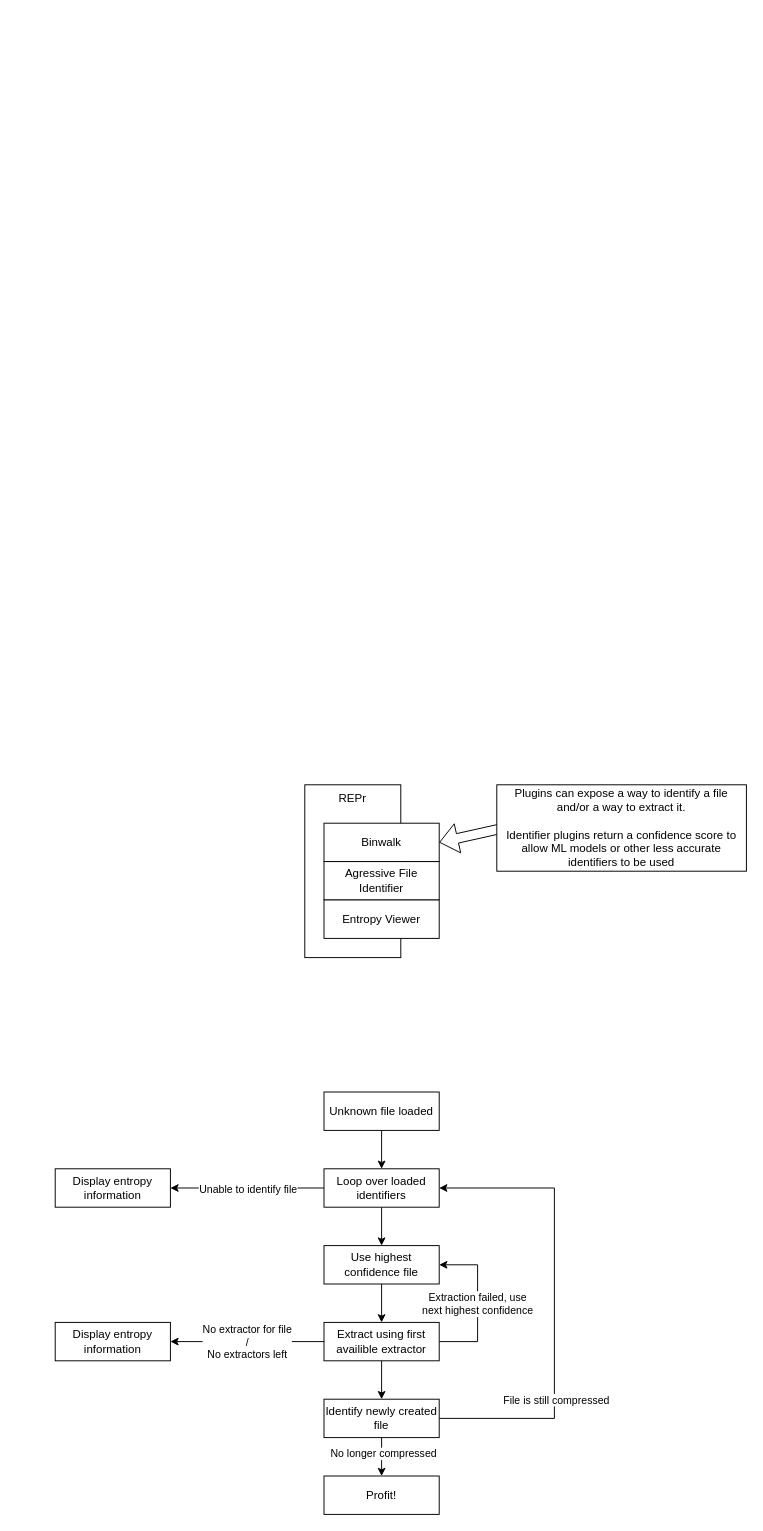
Earlier version of the draw.io diagram docs/organization/CS 5001 - Assignment 4 - Design Diagrams.drawio (Jacob-Greenberg/re-preprocessor). Source tidied: cells renumbered, new cells numbered last; positions are measured from the earlier drawing's top-left corner, leaving out a move shared by most shapes. Both pictures are drawn from the tidied source at 96%, with x=0, y=0 at pixel (55, 784).
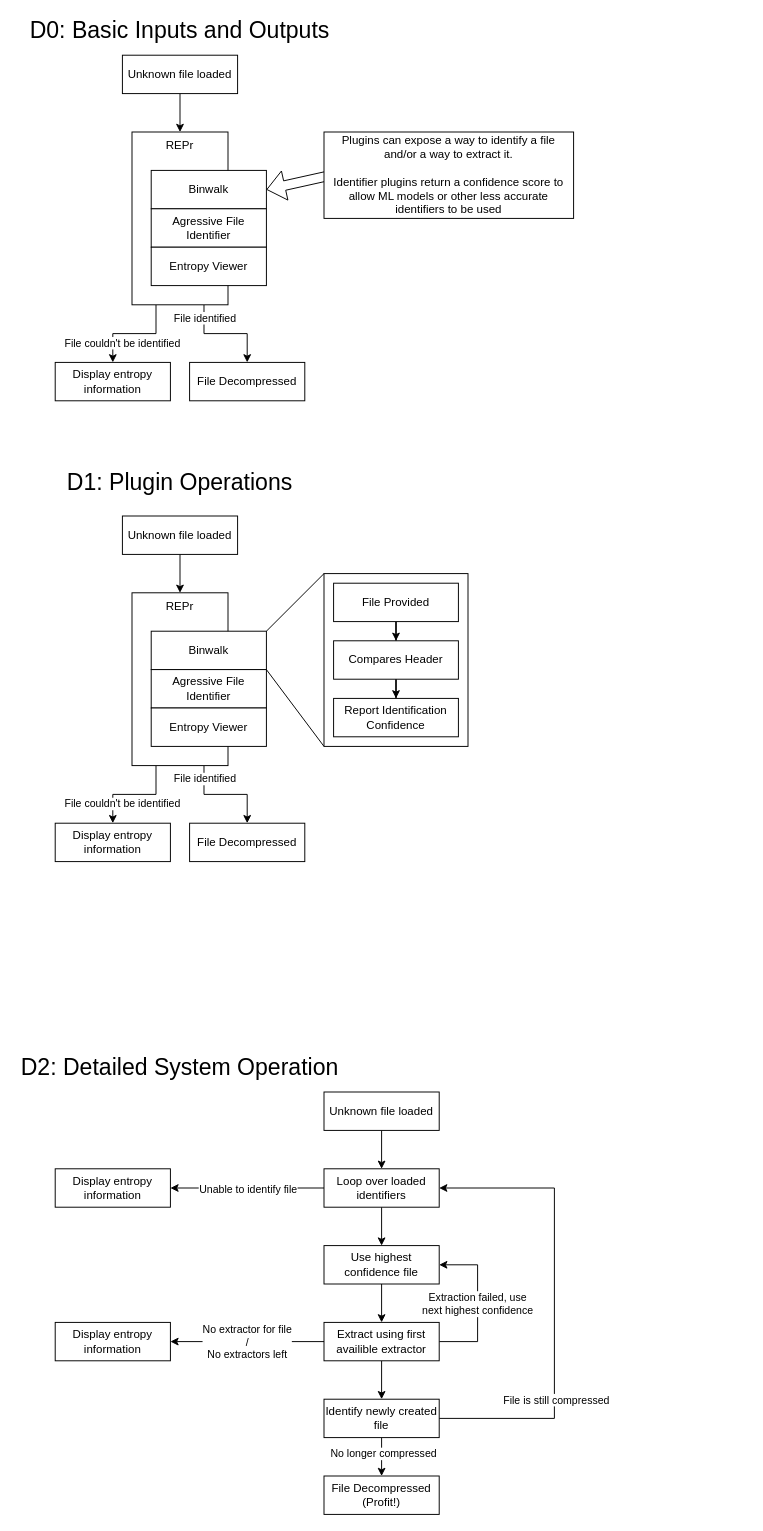
Above is the later version.

Commit message (it also covers changes not shown here):
Finalizing design diagrams

Diff of the diagram source:
```diff
@@
+    <mxCell id="30" value="File couldn't be identified" style="edgeStyle=orthogonalEdgeStyle;rounded=0;jettySize=auto;html=1;exitX=0.25;exitY=1;exitDx=0;exitDy=0;entryX=0.5;entryY=0;entryDx=0;entryDy=0;" parent="1" edge="1" source="2" target="35">
+      <mxGeometry x="0.62" y="10" relative="1" as="geometry" />
+    </mxCell>
+    <mxCell id="31" style="edgeStyle=orthogonalEdgeStyle;rounded=0;jettySize=auto;html=1;exitX=0.75;exitY=1;exitDx=0;exitDy=0;entryX=0.5;entryY=0;entryDx=0;entryDy=0;" parent="1" edge="1" source="2" target="36">
+      <mxGeometry relative="1" as="geometry" />
+    </mxCell>
+    <mxCell id="32" value="File identified" style="edgeLabel;html=1;align=center;verticalAlign=middle;" parent="31" vertex="1">
+      <mxGeometry x="-0.75" relative="1" as="geometry" />
+    </mxCell>
     <mxCell id="2" value="REPr" style="rounded=0;whiteSpace=wrap;html=1;verticalAlign=top;" parent="1" vertex="1">
-      <mxGeometry x="260" width="100" height="180" as="geometry" />
+      <mxGeometry x="80" y="-680" width="100" height="180" as="geometry" />
     </mxCell>
     <mxCell id="3" value="Binwalk" style="rounded=0;whiteSpace=wrap;html=1;" parent="1" vertex="1">
-      <mxGeometry x="280" y="40" width="120" height="40" as="geometry" />
+      <mxGeometry x="100" y="-640" width="120" height="40" as="geometry" />
     </mxCell>
     <mxCell id="4" value="Agressive File Identifier" style="rounded=0;whiteSpace=wrap;html=1;" parent="1" vertex="1">
-      <mxGeometry x="280" y="80" width="120" height="40" as="geometry" />
+      <mxGeometry x="100" y="-600" width="120" height="40" as="geometry" />
     </mxCell>
     <mxCell id="5" value="Entropy Viewer" style="rounded=0;whiteSpace=wrap;html=1;" parent="1" vertex="1">
-      <mxGeometry x="280" y="120" width="120" height="40" as="geometry" />
+      <mxGeometry x="100" y="-560" width="120" height="40" as="geometry" />
     </mxCell>
@@
-    <mxCell id="27" value="Profit!" style="rounded=0;whiteSpace=wrap;html=1;" parent="1" vertex="1">
+    <mxCell id="27" value="File Decompressed&lt;br&gt;(Profit!)" style="rounded=0;whiteSpace=wrap;html=1;" parent="1" vertex="1">
       <mxGeometry x="280" y="720" width="120" height="40" as="geometry" />
     </mxCell>
     <mxCell id="28" style="shape=flexArrow;endArrow=classic;html=1;rounded=0;" parent="1" edge="1">
       <mxGeometry relative="1" as="geometry">
-        <mxPoint x="490" y="40" as="sourcePoint" />
-        <mxPoint x="400" y="60" as="targetPoint" />
+        <mxPoint x="310" y="-640" as="sourcePoint" />
+        <mxPoint x="220" y="-620" as="targetPoint" />
       </mxGeometry>
     </mxCell>
     <mxCell id="29" value="Plugins can expose a way to identify a file and/or a way to extract it.&lt;div&gt;&lt;br&gt;&lt;div&gt;Identifier plugins return a confidence score to allow ML models or other less accurate identifiers to be used&lt;/div&gt;&lt;/div&gt;" style="rounded=0;whiteSpace=wrap;html=1;" parent="1" vertex="1">
-      <mxGeometry x="460" width="260" height="90" as="geometry" />
+      <mxGeometry x="280" y="-680" width="260" height="90" as="geometry" />
     </mxCell>
+    <mxCell id="33" style="edgeStyle=orthogonalEdgeStyle;rounded=0;jettySize=auto;html=1;entryX=0.5;entryY=0;entryDx=0;entryDy=0;" parent="1" edge="1" source="34" target="2">
+      <mxGeometry relative="1" as="geometry" />
+    </mxCell>
+    <mxCell id="34" value="Unknown file loaded" style="rounded=0;whiteSpace=wrap;html=1;" parent="1" vertex="1">
+      <mxGeometry x="70" y="-760" width="120" height="40" as="geometry" />
+    </mxCell>
+    <mxCell id="35" value="Display entropy information" style="rounded=0;whiteSpace=wrap;html=1;" parent="1" vertex="1">
+      <mxGeometry y="-440" width="120" height="40" as="geometry" />
+    </mxCell>
+    <mxCell id="36" value="File Decompressed" style="rounded=0;whiteSpace=wrap;html=1;" parent="1" vertex="1">
+      <mxGeometry x="140" y="-440" width="120" height="40" as="geometry" />
+    </mxCell>
+    <mxCell id="37" value="File couldn't be identified" style="edgeStyle=orthogonalEdgeStyle;rounded=0;jettySize=auto;html=1;exitX=0.25;exitY=1;exitDx=0;exitDy=0;entryX=0.5;entryY=0;entryDx=0;entryDy=0;" parent="1" edge="1" source="40" target="46">
+      <mxGeometry x="0.62" y="10" relative="1" as="geometry" />
+    </mxCell>
+    <mxCell id="38" style="edgeStyle=orthogonalEdgeStyle;rounded=0;jettySize=auto;html=1;exitX=0.75;exitY=1;exitDx=0;exitDy=0;entryX=0.5;entryY=0;entryDx=0;entryDy=0;" parent="1" edge="1" source="40" target="47">
+      <mxGeometry relative="1" as="geometry" />
+    </mxCell>
+    <mxCell id="39" value="File identified" style="edgeLabel;html=1;align=center;verticalAlign=middle;" parent="38" vertex="1">
+      <mxGeometry x="-0.75" relative="1" as="geometry" />
+    </mxCell>
+    <mxCell id="40" value="REPr" style="rounded=0;whiteSpace=wrap;html=1;verticalAlign=top;" parent="1" vertex="1">
+      <mxGeometry x="80" y="-200" width="100" height="180" as="geometry" />
+    </mxCell>
+    <mxCell id="41" value="Binwalk" style="rounded=0;whiteSpace=wrap;html=1;" parent="1" vertex="1">
+      <mxGeometry x="100" y="-160" width="120" height="40" as="geometry" />
+    </mxCell>
+    <mxCell id="42" value="Agressive File Identifier" style="rounded=0;whiteSpace=wrap;html=1;" parent="1" vertex="1">
+      <mxGeometry x="100" y="-120" width="120" height="40" as="geometry" />
+    </mxCell>
+    <mxCell id="43" value="Entropy Viewer" style="rounded=0;whiteSpace=wrap;html=1;" parent="1" vertex="1">
+      <mxGeometry x="100" y="-80" width="120" height="40" as="geometry" />
+    </mxCell>
+    <mxCell id="44" style="edgeStyle=orthogonalEdgeStyle;rounded=0;jettySize=auto;html=1;entryX=0.5;entryY=0;entryDx=0;entryDy=0;" parent="1" edge="1" source="45" target="40">
+      <mxGeometry relative="1" as="geometry" />
+    </mxCell>
+    <mxCell id="45" value="Unknown file loaded" style="rounded=0;whiteSpace=wrap;html=1;" parent="1" vertex="1">
+      <mxGeometry x="70" y="-280" width="120" height="40" as="geometry" />
+    </mxCell>
+    <mxCell id="46" value="Display entropy information" style="rounded=0;whiteSpace=wrap;html=1;" parent="1" vertex="1">
+      <mxGeometry y="40" width="120" height="40" as="geometry" />
+    </mxCell>
+    <mxCell id="47" value="File Decompressed" style="rounded=0;whiteSpace=wrap;html=1;" parent="1" vertex="1">
+      <mxGeometry x="140" y="40" width="120" height="40" as="geometry" />
+    </mxCell>
+    <mxCell id="48" style="rounded=0;whiteSpace=wrap;html=1;" parent="1" vertex="1">
+      <mxGeometry x="280" y="-220" width="150" height="180" as="geometry" />
+    </mxCell>
+    <mxCell id="49" style="endArrow=none;html=1;rounded=0;entryX=0;entryY=1;entryDx=0;entryDy=0;exitX=1;exitY=1;exitDx=0;exitDy=0;" parent="1" edge="1" source="41" target="48">
+      <mxGeometry relative="1" as="geometry" />
+    </mxCell>
+    <mxCell id="50" style="endArrow=none;html=1;rounded=0;exitX=1;exitY=0;exitDx=0;exitDy=0;entryX=0;entryY=0;entryDx=0;entryDy=0;" parent="1" edge="1" source="41" target="48">
+      <mxGeometry relative="1" as="geometry" />
+    </mxCell>
+    <mxCell id="51" style="edgeStyle=orthogonalEdgeStyle;rounded=0;jettySize=auto;html=1;" parent="1" edge="1" source="52" target="54">
+      <mxGeometry relative="1" as="geometry" />
+    </mxCell>
+    <mxCell id="52" value="File Provided" style="rounded=0;whiteSpace=wrap;html=1;" parent="1" vertex="1">
+      <mxGeometry x="290" y="-210" width="130" height="40" as="geometry" />
+    </mxCell>
+    <mxCell id="53" style="edgeStyle=orthogonalEdgeStyle;rounded=0;jettySize=auto;html=1;" parent="1" edge="1" source="54" target="55">
+      <mxGeometry relative="1" as="geometry" />
+    </mxCell>
+    <mxCell id="54" value="Compares Header" style="rounded=0;whiteSpace=wrap;html=1;" parent="1" vertex="1">
+      <mxGeometry x="290" y="-150" width="130" height="40" as="geometry" />
+    </mxCell>
+    <mxCell id="55" value="Report Identification Confidence" style="rounded=0;whiteSpace=wrap;html=1;" parent="1" vertex="1">
+      <mxGeometry x="290" y="-90" width="130" height="40" as="geometry" />
+    </mxCell>
+    <mxCell id="56" value="&lt;font style=&quot;font-size: 24px;&quot;&gt;D0: Basic Inputs and Outputs&lt;/font&gt;" style="text;html=1;align=center;verticalAlign=middle;whiteSpace=wrap;rounded=0;" parent="1" vertex="1">
+      <mxGeometry x="-40" y="-800" width="340" height="30" as="geometry" />
+    </mxCell>
+    <mxCell id="57" value="&lt;font style=&quot;font-size: 24px;&quot;&gt;D1: Plugin Operations&lt;/font&gt;" style="text;html=1;align=center;verticalAlign=middle;whiteSpace=wrap;rounded=0;" parent="1" vertex="1">
+      <mxGeometry x="-40" y="-330" width="340" height="30" as="geometry" />
+    </mxCell>
+    <mxCell id="58" value="&lt;font style=&quot;font-size: 24px;&quot;&gt;D2: Detailed System Operation&lt;/font&gt;" style="text;html=1;align=center;verticalAlign=middle;whiteSpace=wrap;rounded=0;" parent="1" vertex="1">
+      <mxGeometry x="-40" y="280" width="340" height="30" as="geometry" />
+    </mxCell>
```
